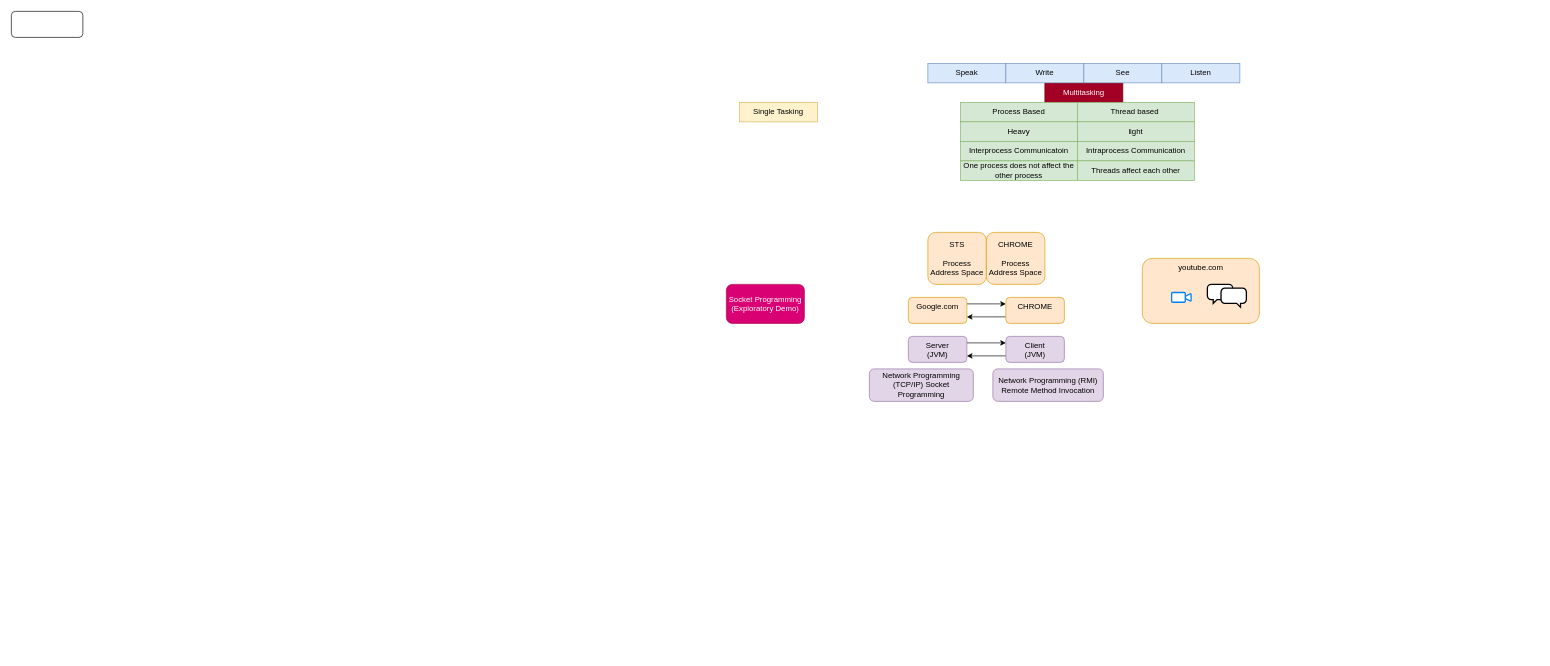
aukokyong/jfs-master keeps this draw.io diagram as page "Multithreading" (7 of 10) of java/diagrams/java-workflow.drawio. Above is the earlier version. Source tidied: cells renumbered, new cells numbered last; positions are measured from the earlier drawing's top-left corner, leaving out a move shared by most shapes. Both pictures are drawn from the tidied source at 65%, with x=0, y=0 at pixel (11, 11).
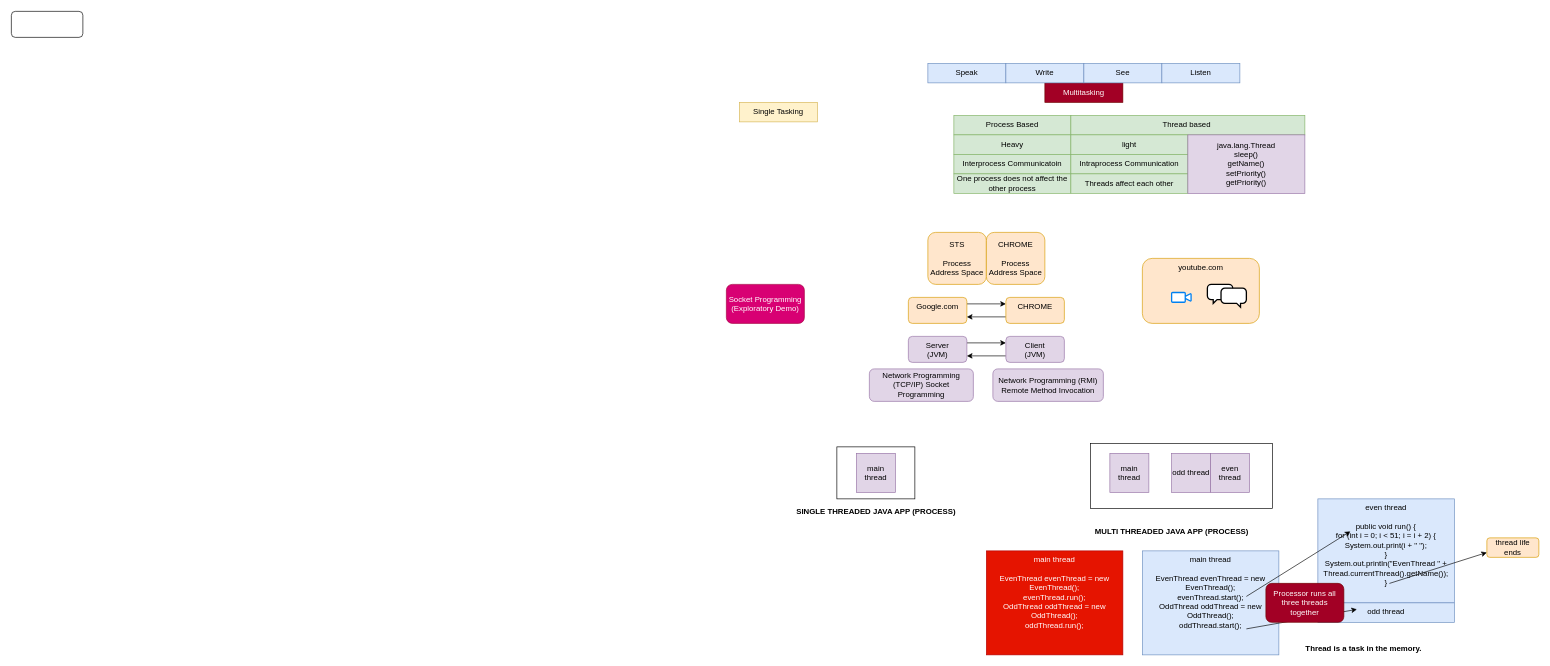
Above is the later version.

Change to the diagram source:
```diff
@@
     <mxCell id="8" value="Process Based" style="rounded=0;whiteSpace=wrap;html=1;fillColor=#d5e8d4;strokeColor=#82b366;" parent="1" vertex="1">
-      <mxGeometry x="1460" y="140" width="180" height="30" as="geometry" />
+      <mxGeometry x="1450" y="160" width="180" height="30" as="geometry" />
     </mxCell>
     <mxCell id="9" value="Thread based&amp;nbsp;" style="rounded=0;whiteSpace=wrap;html=1;fillColor=#d5e8d4;strokeColor=#82b366;" parent="1" vertex="1">
-      <mxGeometry x="1640" y="140" width="180" height="30" as="geometry" />
+      <mxGeometry x="1630" y="160" width="360" height="30" as="geometry" />
     </mxCell>
@@
     <mxCell id="13" value="Heavy" style="rounded=0;whiteSpace=wrap;html=1;fillColor=#d5e8d4;strokeColor=#82b366;" parent="1" vertex="1">
-      <mxGeometry x="1460" y="170" width="180" height="30" as="geometry" />
+      <mxGeometry x="1450" y="190" width="180" height="30" as="geometry" />
     </mxCell>
@@
     <mxCell id="18" value="Interprocess Communicatoin" style="rounded=0;whiteSpace=wrap;html=1;fillColor=#d5e8d4;strokeColor=#82b366;" parent="1" vertex="1">
-      <mxGeometry x="1460" y="200" width="180" height="30" as="geometry" />
+      <mxGeometry x="1450" y="220" width="180" height="30" as="geometry" />
     </mxCell>
@@
     <mxCell id="29" value="light" style="rounded=0;whiteSpace=wrap;html=1;fillColor=#d5e8d4;strokeColor=#82b366;" parent="1" vertex="1">
-      <mxGeometry x="1640" y="170" width="180" height="30" as="geometry" />
+      <mxGeometry x="1630" y="190" width="180" height="30" as="geometry" />
     </mxCell>
     <mxCell id="30" value="Intraprocess Communication" style="rounded=0;whiteSpace=wrap;html=1;fillColor=#d5e8d4;strokeColor=#82b366;" parent="1" vertex="1">
-      <mxGeometry x="1640" y="200" width="180" height="30" as="geometry" />
+      <mxGeometry x="1630" y="220" width="180" height="30" as="geometry" />
     </mxCell>
     <mxCell id="31" value="One process does not affect the other process" style="rounded=0;whiteSpace=wrap;html=1;fillColor=#d5e8d4;strokeColor=#82b366;" parent="1" vertex="1">
-      <mxGeometry x="1460" y="230" width="180" height="30" as="geometry" />
+      <mxGeometry x="1450" y="250" width="180" height="30" as="geometry" />
     </mxCell>
     <mxCell id="32" value="Threads affect each other" style="rounded=0;whiteSpace=wrap;html=1;fillColor=#d5e8d4;strokeColor=#82b366;" parent="1" vertex="1">
-      <mxGeometry x="1640" y="230" width="180" height="30" as="geometry" />
+      <mxGeometry x="1630" y="250" width="180" height="30" as="geometry" />
     </mxCell>
+    <mxCell id="33" value="java.lang.Thread&lt;br&gt;sleep()&lt;br&gt;getName()&lt;br&gt;setPriority()&lt;br&gt;getPriority()" style="rounded=0;whiteSpace=wrap;html=1;fillColor=#e1d5e7;strokeColor=#9673a6;" parent="1" vertex="1">
+      <mxGeometry x="1810" y="190" width="180" height="90" as="geometry" />
+    </mxCell>
+    <mxCell id="34" style="rounded=0;whiteSpace=wrap;html=1;" parent="1" vertex="1">
+      <mxGeometry x="1270" y="670" width="120" height="80" as="geometry" />
+    </mxCell>
+    <mxCell id="35" value="SINGLE THREADED JAVA APP (PROCESS)" style="text;html=1;align=center;verticalAlign=middle;fontStyle=1;" parent="1" vertex="1">
+      <mxGeometry x="1200" y="760" width="260" height="20" as="geometry" />
+    </mxCell>
+    <mxCell id="36" value="main thread" style="rounded=0;whiteSpace=wrap;html=1;fillColor=#e1d5e7;strokeColor=#9673a6;" parent="1" vertex="1">
+      <mxGeometry x="1300" y="680" width="60" height="60" as="geometry" />
+    </mxCell>
+    <mxCell id="37" style="rounded=0;whiteSpace=wrap;html=1;" parent="1" vertex="1">
+      <mxGeometry x="1660" y="665" width="280" height="100" as="geometry" />
+    </mxCell>
+    <mxCell id="38" value="MULTI THREADED JAVA APP (PROCESS)" style="text;html=1;align=center;verticalAlign=middle;fontStyle=1;" parent="1" vertex="1">
+      <mxGeometry x="1660" y="790" width="250" height="20" as="geometry" />
+    </mxCell>
+    <mxCell id="39" value="main thread" style="rounded=0;whiteSpace=wrap;html=1;fillColor=#e1d5e7;strokeColor=#9673a6;" parent="1" vertex="1">
+      <mxGeometry x="1690" y="680" width="60" height="60" as="geometry" />
+    </mxCell>
+    <mxCell id="40" value="odd thread" style="rounded=0;whiteSpace=wrap;html=1;fillColor=#e1d5e7;strokeColor=#9673a6;" parent="1" vertex="1">
+      <mxGeometry x="1785" y="680" width="60" height="60" as="geometry" />
+    </mxCell>
+    <mxCell id="41" value="even thread" style="rounded=0;whiteSpace=wrap;html=1;fillColor=#e1d5e7;strokeColor=#9673a6;" parent="1" vertex="1">
+      <mxGeometry x="1845" y="680" width="60" height="60" as="geometry" />
+    </mxCell>
+    <mxCell id="42" value="main thread&lt;br&gt;&lt;br&gt;&lt;div&gt;&lt;span&gt;&#9;&#9;&lt;/span&gt;EvenThread evenThread = new EvenThread();&lt;/div&gt;&lt;div&gt;&lt;span&gt;&#9;&#9;&lt;/span&gt;evenThread.run();&lt;/div&gt;&lt;div&gt;&lt;span&gt;&#9;&#9;&lt;/span&gt;OddThread oddThread = new OddThread();&lt;/div&gt;&lt;div&gt;&lt;span&gt;&#9;&#9;&lt;/span&gt;oddThread.run();&lt;/div&gt;" style="rounded=0;whiteSpace=wrap;html=1;fillColor=#e51400;strokeColor=#B20000;verticalAlign=top;fontColor=#ffffff;" parent="1" vertex="1">
+      <mxGeometry x="1500" y="830" width="210" height="160" as="geometry" />
+    </mxCell>
+    <mxCell id="43" value="main thread&lt;br&gt;&lt;br&gt;&lt;div&gt;&lt;span&gt;&#9;&#9;&lt;/span&gt;EvenThread evenThread = new EvenThread();&lt;/div&gt;&lt;div&gt;&lt;span&gt;&#9;&#9;&lt;/span&gt;evenThread.start();&lt;/div&gt;&lt;div&gt;&lt;span&gt;&#9;&#9;&lt;/span&gt;OddThread oddThread = new OddThread();&lt;/div&gt;&lt;div&gt;&lt;span&gt;&#9;&#9;&lt;/span&gt;oddThread.start();&lt;/div&gt;" style="rounded=0;whiteSpace=wrap;html=1;fillColor=#dae8fc;strokeColor=#6c8ebf;verticalAlign=top;" parent="1" vertex="1">
+      <mxGeometry x="1740" y="830" width="210" height="160" as="geometry" />
+    </mxCell>
+    <mxCell id="44" value="even thread&lt;br&gt;&lt;br&gt;&lt;div&gt;&lt;span&gt;&#9;&lt;/span&gt;public void run() {&lt;/div&gt;&lt;div&gt;&lt;span&gt;&#9;&#9;&lt;/span&gt;for (int i = 0; i &amp;lt; 51; i = i + 2) {&lt;/div&gt;&lt;div&gt;&lt;span&gt;&#9;&#9;&#9;&lt;/span&gt;System.out.print(i + &quot; &quot;);&lt;/div&gt;&lt;div&gt;&lt;span&gt;&#9;&#9;&lt;/span&gt;}&lt;/div&gt;&lt;div&gt;&lt;span&gt;&#9;&#9;&lt;/span&gt;System.out.println(&quot;EvenThread &quot; + Thread.currentThread().getName());&lt;/div&gt;&lt;div&gt;&lt;span&gt;&#9;&lt;/span&gt;}&lt;/div&gt;" style="rounded=0;whiteSpace=wrap;html=1;fillColor=#dae8fc;strokeColor=#6c8ebf;verticalAlign=top;" parent="1" vertex="1">
+      <mxGeometry x="2010" y="750" width="210" height="160" as="geometry" />
+    </mxCell>
+    <mxCell id="45" value="odd thread" style="rounded=0;whiteSpace=wrap;html=1;fillColor=#dae8fc;strokeColor=#6c8ebf;verticalAlign=top;" parent="1" vertex="1">
+      <mxGeometry x="2010" y="910" width="210" height="30" as="geometry" />
+    </mxCell>
+    <mxCell id="46" style="endArrow=classic;html=1;exitX=0.762;exitY=0.438;exitDx=0;exitDy=0;exitPerimeter=0;entryX=0.238;entryY=0.313;entryDx=0;entryDy=0;entryPerimeter=0;" parent="1" edge="1" source="43" target="44">
+      <mxGeometry relative="1" as="geometry" />
+    </mxCell>
+    <mxCell id="47" value="thread life ends" style="rounded=1;whiteSpace=wrap;html=1;fillColor=#ffe6cc;strokeColor=#d79b00;" parent="1" vertex="1">
+      <mxGeometry x="2270" y="810" width="80" height="30" as="geometry" />
+    </mxCell>
+    <mxCell id="48" style="endArrow=classic;html=1;entryX=0;entryY=0.75;entryDx=0;entryDy=0;exitX=0.524;exitY=0.813;exitDx=0;exitDy=0;exitPerimeter=0;" parent="1" edge="1" source="44" target="47">
+      <mxGeometry relative="1" as="geometry" />
+    </mxCell>
+    <mxCell id="49" style="endArrow=classic;html=1;entryX=0.286;entryY=0.333;entryDx=0;entryDy=0;entryPerimeter=0;exitX=0.762;exitY=0.75;exitDx=0;exitDy=0;exitPerimeter=0;" parent="1" edge="1" source="43" target="45">
+      <mxGeometry relative="1" as="geometry" />
+    </mxCell>
+    <mxCell id="50" value="Processor runs all three threads together" style="rounded=1;whiteSpace=wrap;html=1;fillColor=#a20025;strokeColor=#6F0000;fontColor=#ffffff;" parent="1" vertex="1">
+      <mxGeometry x="1930" y="880" width="120" height="60" as="geometry" />
+    </mxCell>
+    <mxCell id="51" value="Thread is a task in the memory." style="text;html=1;align=center;verticalAlign=middle;fontStyle=1;" parent="1" vertex="1">
+      <mxGeometry x="1985" y="970" width="190" height="20" as="geometry" />
+    </mxCell>
```
